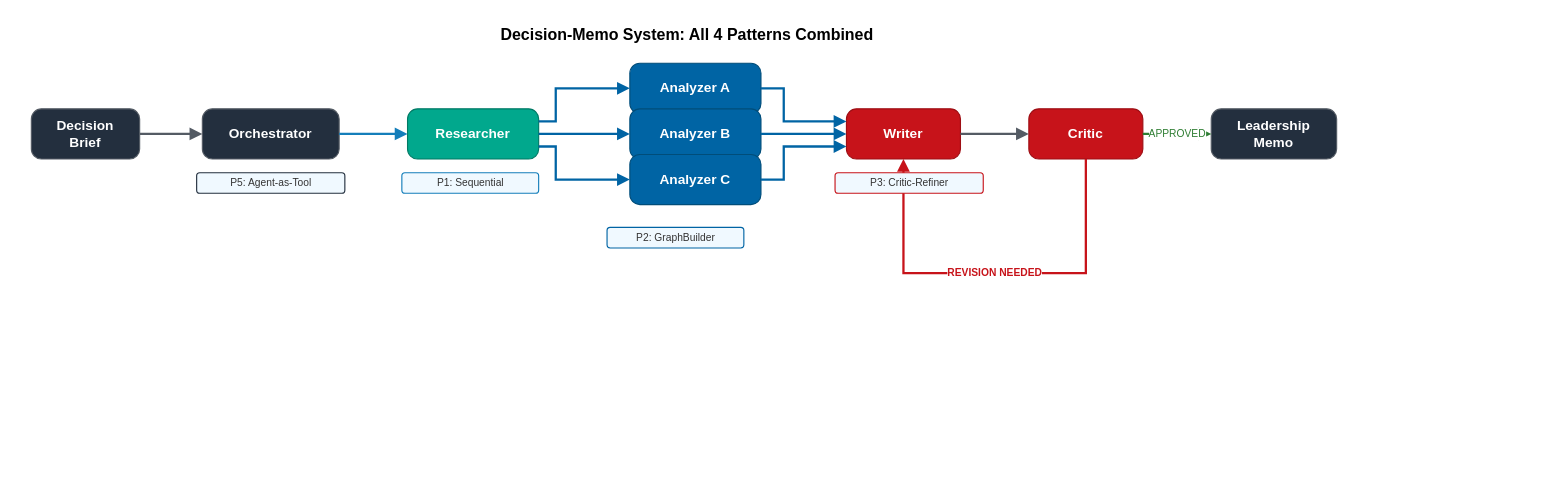
Earlier version of the draw.io diagram samples/08-capstone/architecture.drawio (aws-samples/sample-multi-agent-systems-with-strands-workshop). Source tidied: cells renumbered, new cells numbered last; positions are measured from the earlier drawing's top-left corner, leaving out a move shared by most shapes. Both pictures are drawn from the tidied source at 114%, with x=0, y=0 at pixel (31, 19).
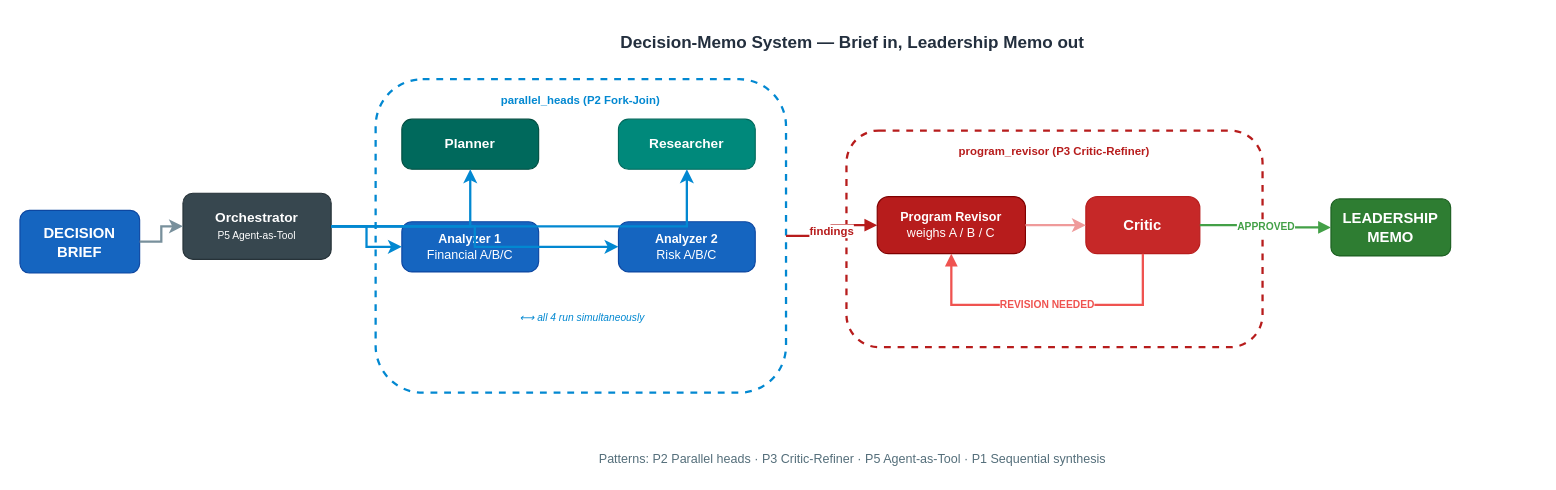
The same page after the edit.

Commit message (it also covers changes not shown here):
Module 08: final architecture - 4 parallel heads + Program Revisor↔Critic, updated drawio/PNG

The edit, as a diff of the source:
```diff
@@
-    <mxCell id="2" value="Decision-Memo System: All 4 Patterns Combined" style="text;html=1;align=center;verticalAlign=middle;fontSize=14;fontStyle=1;fillColor=none;strokeColor=none;" parent="1" vertex="1">
-      <mxGeometry width="1150" height="26" as="geometry" />
-    </mxCell>
+    <mxCell id="27" value="Decision-Memo System — Brief in, Leadership Memo out" style="text;html=1;strokeColor=none;fillColor=none;align=center;fontSize=15;fontStyle=1;fontColor=#232F3E;" parent="1" vertex="1">
+      <mxGeometry x="120" y="4" width="1200" height="28" as="geometry" />
+    </mxCell>
-    <mxCell id="3" value="Decision&lt;br&gt;Brief" style="rounded=1;whiteSpace=wrap;html=1;fillColor=#232F3E;strokeColor=#545B64;fontColor=#ffffff;fontSize=12;fontStyle=1;arcSize=20;" parent="1" vertex="1">
-      <mxGeometry y="78" width="95" height="44" as="geometry" />
+    <mxCell id="3" value="&lt;b&gt;DECISION&lt;br&gt;BRIEF&lt;/b&gt;" style="rounded=1;whiteSpace=wrap;html=1;fillColor=#1565C0;strokeColor=#0D47A1;fontColor=#ffffff;fontSize=13;arcSize=15;" parent="1" vertex="1">
+      <mxGeometry x="-10" y="167" width="105" height="55" as="geometry" />
     </mxCell>
-    <mxCell id="4" value="Orchestrator" style="rounded=1;whiteSpace=wrap;html=1;fillColor=#232F3E;strokeColor=#545B64;fontColor=#ffffff;fontSize=12;fontStyle=1;arcSize=20;" parent="1" vertex="1">
-      <mxGeometry x="150" y="78" width="120" height="44" as="geometry" />
+    <mxCell id="4" value="&lt;b&gt;Orchestrator&lt;/b&gt;&lt;br&gt;&lt;font style=&quot;font-size:9px&quot;&gt;P5 Agent-as-Tool&lt;/font&gt;" style="rounded=1;whiteSpace=wrap;html=1;fillColor=#37474F;strokeColor=#263238;fontColor=#ffffff;fontSize=12;arcSize=15;" parent="1" vertex="1">
+      <mxGeometry x="133" y="152" width="130" height="58" as="geometry" />
     </mxCell>
+    <mxCell id="28" value="parallel_heads  (P2 Fork-Join)" style="rounded=1;whiteSpace=wrap;html=1;fillColor=none;strokeColor=#0288D1;strokeWidth=2;dashed=1;fontSize=10;fontStyle=1;fontColor=#0288D1;verticalAlign=top;align=center;spacingTop=6;" parent="1" vertex="1">
+      <mxGeometry x="302" y="52" width="360" height="275" as="geometry" />
+    </mxCell>
+    <mxCell id="29" value="&lt;b&gt;Planner&lt;/b&gt;" style="rounded=1;whiteSpace=wrap;html=1;fillColor=#00695C;strokeColor=#004D40;fontColor=#ffffff;fontSize=12;arcSize=20;" parent="1" vertex="1">
+      <mxGeometry x="325" y="87" width="120" height="44" as="geometry" />
+    </mxCell>
-    <mxCell id="5" value="Researcher" style="rounded=1;whiteSpace=wrap;html=1;fillColor=#01A88D;strokeColor=#017A65;fontColor=#ffffff;fontSize=12;fontStyle=1;arcSize=20;" parent="1" vertex="1">
-      <mxGeometry x="330" y="78" width="115" height="44" as="geometry" />
+    <mxCell id="5" value="&lt;b&gt;Researcher&lt;/b&gt;" style="rounded=1;whiteSpace=wrap;html=1;fillColor=#00897B;strokeColor=#00695C;fontColor=#ffffff;fontSize=12;arcSize=20;" parent="1" vertex="1">
+      <mxGeometry x="515" y="87" width="120" height="44" as="geometry" />
     </mxCell>
-    <mxCell id="6" value="Analyzer A" style="rounded=1;whiteSpace=wrap;html=1;fillColor=#0064A4;strokeColor=#004D7A;fontColor=#ffffff;fontSize=12;fontStyle=1;arcSize=20;" parent="1" vertex="1">
-      <mxGeometry x="525" y="38" width="115" height="44" as="geometry" />
-    </mxCell>
-    <mxCell id="7" value="Analyzer B" style="rounded=1;whiteSpace=wrap;html=1;fillColor=#0064A4;strokeColor=#004D7A;fontColor=#ffffff;fontSize=12;fontStyle=1;arcSize=20;" parent="1" vertex="1">
-      <mxGeometry x="525" y="78" width="115" height="44" as="geometry" />
-    </mxCell>
-    <mxCell id="8" value="Analyzer C" style="rounded=1;whiteSpace=wrap;html=1;fillColor=#0064A4;strokeColor=#004D7A;fontColor=#ffffff;fontSize=12;fontStyle=1;arcSize=20;" parent="1" vertex="1">
-      <mxGeometry x="525" y="118" width="115" height="44" as="geometry" />
-    </mxCell>
-    <mxCell id="9" value="Writer" style="rounded=1;whiteSpace=wrap;html=1;fillColor=#C7131A;strokeColor=#9E0E14;fontColor=#ffffff;fontSize=12;fontStyle=1;arcSize=20;" parent="1" vertex="1">
-      <mxGeometry x="715" y="78" width="100" height="44" as="geometry" />
-    </mxCell>
+    <mxCell id="30" value="&lt;b&gt;Analyzer 1&lt;/b&gt;&lt;br&gt;Financial A/B/C" style="rounded=1;whiteSpace=wrap;html=1;fillColor=#1565C0;strokeColor=#0D47A1;fontColor=#ffffff;fontSize=11;arcSize=20;" parent="1" vertex="1">
+      <mxGeometry x="325" y="177" width="120" height="44" as="geometry" />
+    </mxCell>
+    <mxCell id="31" value="&lt;b&gt;Analyzer 2&lt;/b&gt;&lt;br&gt;Risk A/B/C" style="rounded=1;whiteSpace=wrap;html=1;fillColor=#1565C0;strokeColor=#0D47A1;fontColor=#ffffff;fontSize=11;arcSize=20;" parent="1" vertex="1">
+      <mxGeometry x="515" y="177" width="120" height="44" as="geometry" />
+    </mxCell>
+    <mxCell id="32" value="⟷  all 4 run simultaneously" style="text;html=1;strokeColor=none;fillColor=none;align=center;fontSize=9;fontStyle=2;fontColor=#0288D1;" parent="1" vertex="1">
+      <mxGeometry x="310" y="250" width="345" height="20" as="geometry" />
+    </mxCell>
+    <mxCell id="33" value="program_revisor  (P3 Critic-Refiner)" style="rounded=1;whiteSpace=wrap;html=1;fillColor=none;strokeColor=#B71C1C;strokeWidth=2;dashed=1;fontSize=10;fontStyle=1;fontColor=#B71C1C;verticalAlign=top;align=center;spacingTop=6;" parent="1" vertex="1">
+      <mxGeometry x="715" y="97" width="365" height="190" as="geometry" />
+    </mxCell>
+    <mxCell id="34" value="&lt;b&gt;Program Revisor&lt;/b&gt;&lt;br&gt;weighs A / B / C" style="rounded=1;whiteSpace=wrap;html=1;fillColor=#B71C1C;strokeColor=#7F0000;fontColor=#ffffff;fontSize=11;arcSize=20;" parent="1" vertex="1">
+      <mxGeometry x="742" y="155" width="130" height="50" as="geometry" />
+    </mxCell>
-    <mxCell id="10" value="Critic" style="rounded=1;whiteSpace=wrap;html=1;fillColor=#C7131A;strokeColor=#9E0E14;fontColor=#ffffff;fontSize=12;fontStyle=1;arcSize=20;" parent="1" vertex="1">
-      <mxGeometry x="875" y="78" width="100" height="44" as="geometry" />
+    <mxCell id="10" value="&lt;b&gt;Critic&lt;/b&gt;" style="rounded=1;whiteSpace=wrap;html=1;fillColor=#C62828;strokeColor=#B71C1C;fontColor=#ffffff;fontSize=13;arcSize=20;" parent="1" vertex="1">
+      <mxGeometry x="925" y="155" width="100" height="50" as="geometry" />
     </mxCell>
+    <mxCell id="16" style="edgeStyle=orthogonalEdgeStyle;rounded=0;html=1;flowAnimation=1;strokeColor=#EF9A9A;strokeWidth=2;exitX=1;exitY=0.5;entryX=0;entryY=0.5;" parent="1" edge="1" source="34" target="10">
+      <mxGeometry relative="1" as="geometry" />
+    </mxCell>
+    <mxCell id="22" value="REVISION NEEDED" style="edgeStyle=orthogonalEdgeStyle;rounded=0;html=1;flowAnimation=1;strokeWidth=2;strokeColor=#EF5350;endArrow=block;endFill=1;exitX=0.5;exitY=1;entryX=0.5;entryY=1;fontSize=9;fontColor=#EF5350;fontStyle=1;" parent="1" edge="1" source="10" target="34">
+      <mxGeometry relative="1" as="geometry">
+        <Array as="points">
+          <mxPoint x="975" y="250" />
+          <mxPoint x="807" y="250" />
+        </Array>
+      </mxGeometry>
+    </mxCell>
-    <mxCell id="11" value="Leadership&lt;br&gt;Memo" style="rounded=1;whiteSpace=wrap;html=1;fillColor=#232F3E;strokeColor=#545B64;fontColor=#ffffff;fontSize=12;fontStyle=1;arcSize=20;" parent="1" vertex="1">
-      <mxGeometry x="1035" y="78" width="110" height="44" as="geometry" />
+    <mxCell id="11" value="&lt;b&gt;LEADERSHIP&lt;br&gt;MEMO&lt;/b&gt;" style="rounded=1;whiteSpace=wrap;html=1;fillColor=#2E7D32;strokeColor=#1B5E20;fontColor=#ffffff;fontSize=13;arcSize=15;" parent="1" vertex="1">
+      <mxGeometry x="1140" y="157" width="105" height="50" as="geometry" />
     </mxCell>
+    <mxCell id="21" value="APPROVED" style="edgeStyle=orthogonalEdgeStyle;rounded=0;html=1;flowAnimation=1;strokeWidth=2;strokeColor=#43A047;endArrow=block;endFill=1;fontSize=9;fontColor=#43A047;fontStyle=1;" parent="1" edge="1" source="10" target="11">
+      <mxGeometry relative="1" as="geometry" />
+    </mxCell>
-    <mxCell id="12" style="edgeStyle=orthogonalEdgeStyle;rounded=0;jettySize=auto;html=1;flowAnimation=1;strokeWidth=2;strokeColor=#545B64;endArrow=block;endFill=1;fontSize=9;fontColor=#545B64;exitX=1;exitY=0.5;exitDx=0;exitDy=0;entryX=0;entryY=0.5;entryDx=0;entryDy=0;" parent="1" edge="1" source="3" target="4">
+    <mxCell id="12" style="edgeStyle=orthogonalEdgeStyle;rounded=0;html=1;flowAnimation=1;strokeColor=#78909C;strokeWidth=2;" parent="1" edge="1" source="3" target="4">
       <mxGeometry relative="1" as="geometry" />
     </mxCell>
+    <mxCell id="35" style="edgeStyle=orthogonalEdgeStyle;rounded=0;html=1;flowAnimation=1;strokeColor=#0288D1;strokeWidth=2;" parent="1" edge="1" source="4" target="29">
+      <mxGeometry relative="1" as="geometry" />
+    </mxCell>
-    <mxCell id="13" style="edgeStyle=orthogonalEdgeStyle;rounded=0;jettySize=auto;html=1;flowAnimation=1;strokeWidth=2;strokeColor=#147EBA;endArrow=block;endFill=1;fontSize=9;fontColor=#147EBA;exitX=1;exitY=0.5;exitDx=0;exitDy=0;entryX=0;entryY=0.5;entryDx=0;entryDy=0;" parent="1" edge="1" source="4" target="5">
+    <mxCell id="13" style="edgeStyle=orthogonalEdgeStyle;rounded=0;html=1;flowAnimation=1;strokeColor=#0288D1;strokeWidth=2;" parent="1" edge="1" source="4" target="5">
       <mxGeometry relative="1" as="geometry" />
     </mxCell>
-    <mxCell id="14" style="edgeStyle=orthogonalEdgeStyle;rounded=0;jettySize=auto;html=1;flowAnimation=1;strokeWidth=2;strokeColor=#0064A4;endArrow=block;endFill=1;fontSize=9;fontColor=#0064A4;exitX=1;exitY=0.25;exitDx=0;exitDy=0;entryX=0;entryY=0.5;entryDx=0;entryDy=0;" parent="1" edge="1" source="5" target="6">
-      <mxGeometry relative="1" as="geometry">
-        <Array as="points">
-          <mxPoint x="460" y="60" />
-        </Array>
-      </mxGeometry>
-    </mxCell>
-    <mxCell id="15" style="edgeStyle=orthogonalEdgeStyle;rounded=0;jettySize=auto;html=1;flowAnimation=1;strokeWidth=2;strokeColor=#0064A4;endArrow=block;endFill=1;fontSize=9;fontColor=#0064A4;exitX=1;exitY=0.5;exitDx=0;exitDy=0;entryX=0;entryY=0.5;entryDx=0;entryDy=0;" parent="1" edge="1" source="5" target="7">
-      <mxGeometry relative="1" as="geometry" />
-    </mxCell>
-    <mxCell id="16" style="edgeStyle=orthogonalEdgeStyle;rounded=0;jettySize=auto;html=1;flowAnimation=1;strokeWidth=2;strokeColor=#0064A4;endArrow=block;endFill=1;fontSize=9;fontColor=#0064A4;exitX=1;exitY=0.75;exitDx=0;exitDy=0;entryX=0;entryY=0.5;entryDx=0;entryDy=0;" parent="1" edge="1" source="5" target="8">
-      <mxGeometry relative="1" as="geometry">
-        <Array as="points">
-          <mxPoint x="460" y="140" />
-        </Array>
-      </mxGeometry>
-    </mxCell>
-    <mxCell id="17" style="edgeStyle=orthogonalEdgeStyle;rounded=0;jettySize=auto;html=1;flowAnimation=1;strokeWidth=2;strokeColor=#0064A4;endArrow=block;endFill=1;fontSize=9;fontColor=#0064A4;exitX=1;exitY=0.5;exitDx=0;exitDy=0;entryX=0;entryY=0.25;entryDx=0;entryDy=0;" parent="1" edge="1" source="6" target="9">
-      <mxGeometry relative="1" as="geometry">
-        <Array as="points">
-          <mxPoint x="660" y="60" />
-          <mxPoint x="660" y="89" />
-        </Array>
-      </mxGeometry>
-    </mxCell>
-    <mxCell id="18" style="edgeStyle=orthogonalEdgeStyle;rounded=0;jettySize=auto;html=1;flowAnimation=1;strokeWidth=2;strokeColor=#0064A4;endArrow=block;endFill=1;fontSize=9;fontColor=#0064A4;exitX=1;exitY=0.5;exitDx=0;exitDy=0;entryX=0;entryY=0.5;entryDx=0;entryDy=0;" parent="1" edge="1" source="7" target="9">
-      <mxGeometry relative="1" as="geometry" />
-    </mxCell>
-    <mxCell id="19" style="edgeStyle=orthogonalEdgeStyle;rounded=0;jettySize=auto;html=1;flowAnimation=1;strokeWidth=2;strokeColor=#0064A4;endArrow=block;endFill=1;fontSize=9;fontColor=#0064A4;exitX=1;exitY=0.5;exitDx=0;exitDy=0;entryX=0;entryY=0.75;entryDx=0;entryDy=0;" parent="1" edge="1" source="8" target="9">
-      <mxGeometry relative="1" as="geometry">
-        <Array as="points">
-          <mxPoint x="660" y="140" />
-          <mxPoint x="660" y="111" />
-        </Array>
-      </mxGeometry>
-    </mxCell>
-    <mxCell id="20" style="edgeStyle=orthogonalEdgeStyle;rounded=0;jettySize=auto;html=1;flowAnimation=1;strokeWidth=2;strokeColor=#545B64;endArrow=block;endFill=1;fontSize=9;fontColor=#545B64;exitX=1;exitY=0.5;exitDx=0;exitDy=0;entryX=0;entryY=0.5;entryDx=0;entryDy=0;" parent="1" edge="1" source="9" target="10">
-      <mxGeometry relative="1" as="geometry" />
-    </mxCell>
-    <mxCell id="21" value="APPROVED" style="edgeStyle=orthogonalEdgeStyle;rounded=0;jettySize=auto;html=1;flowAnimation=1;strokeWidth=2;strokeColor=#2E7D32;endArrow=block;endFill=1;fontSize=9;fontColor=#2E7D32;exitX=1;exitY=0.5;exitDx=0;exitDy=0;entryX=0;entryY=0.5;entryDx=0;entryDy=0;" parent="1" edge="1" source="10" target="11">
-      <mxGeometry relative="1" as="geometry" />
-    </mxCell>
-    <mxCell id="22" value="REVISION NEEDED" style="edgeStyle=orthogonalEdgeStyle;rounded=0;jettySize=auto;html=1;flowAnimation=1;strokeWidth=2;strokeColor=#C7131A;endArrow=block;endFill=1;exitX=0.5;exitY=1;exitDx=0;exitDy=0;entryX=0.5;entryY=1;entryDx=0;entryDy=0;fontSize=9;fontColor=#C7131A;fontStyle=1;" parent="1" edge="1" source="10" target="9">
-      <mxGeometry relative="1" as="geometry">
-        <Array as="points">
-          <mxPoint x="925" y="222" />
-          <mxPoint x="765" y="222" />
-        </Array>
-      </mxGeometry>
-    </mxCell>
-    <mxCell id="23" value="P5: Agent-as-Tool" style="text;html=1;align=center;verticalAlign=middle;fontSize=9;fontStyle=0;fillColor=#F0F9FF;strokeColor=#232F3E;rounded=1;fontColor=#333;" parent="1" vertex="1">
-      <mxGeometry x="145" y="134" width="130" height="18" as="geometry" />
-    </mxCell>
-    <mxCell id="24" value="P1: Sequential" style="text;html=1;align=center;verticalAlign=middle;fontSize=9;fontStyle=0;fillColor=#F0F9FF;strokeColor=#147EBA;rounded=1;fontColor=#333;" parent="1" vertex="1">
-      <mxGeometry x="325" y="134" width="120" height="18" as="geometry" />
-    </mxCell>
-    <mxCell id="25" value="P2: GraphBuilder" style="text;html=1;align=center;verticalAlign=middle;fontSize=9;fontStyle=0;fillColor=#F0F9FF;strokeColor=#0064A4;rounded=1;fontColor=#333;" parent="1" vertex="1">
-      <mxGeometry x="505" y="182" width="120" height="18" as="geometry" />
-    </mxCell>
-    <mxCell id="26" value="P3: Critic-Refiner" style="text;html=1;align=center;verticalAlign=middle;fontSize=9;fontStyle=0;fillColor=#F0F9FF;strokeColor=#C7131A;rounded=1;fontColor=#333;" parent="1" vertex="1">
-      <mxGeometry x="705" y="134" width="130" height="18" as="geometry" />
-    </mxCell>
+    <mxCell id="36" style="edgeStyle=orthogonalEdgeStyle;rounded=0;html=1;flowAnimation=1;strokeColor=#0288D1;strokeWidth=2;" parent="1" edge="1" source="4" target="30">
+      <mxGeometry relative="1" as="geometry" />
+    </mxCell>
+    <mxCell id="37" style="edgeStyle=orthogonalEdgeStyle;rounded=0;html=1;flowAnimation=1;strokeColor=#0288D1;strokeWidth=2;" parent="1" edge="1" source="4" target="31">
+      <mxGeometry relative="1" as="geometry" />
+    </mxCell>
+    <mxCell id="38" value="findings" style="edgeStyle=orthogonalEdgeStyle;rounded=0;html=1;flowAnimation=1;strokeColor=#B71C1C;strokeWidth=2;endArrow=block;endFill=1;fontSize=10;fontColor=#B71C1C;fontStyle=1;exitX=1;exitY=0.5;entryX=0;entryY=0.5;" parent="1" edge="1" source="28" target="34">
+      <mxGeometry relative="1" as="geometry" />
+    </mxCell>
+    <mxCell id="39" value="Patterns:   P2 Parallel heads   ·   P3 Critic-Refiner   ·   P5 Agent-as-Tool   ·   P1 Sequential synthesis" style="text;html=1;strokeColor=none;fillColor=none;align=center;fontSize=11;fontColor=#546E7A;" parent="1" vertex="1">
+      <mxGeometry x="220" y="372" width="1000" height="24" as="geometry" />
+    </mxCell>
```
